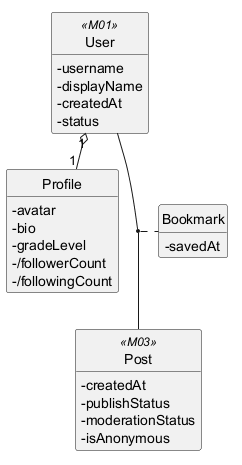
Earlier version of the PlantUML export .agents/.claude/system_analysis/output/data-model/ec/diagrams/EC-M02.png (ducsiukap/iShare). Its diagram source:
```plantuml
@startuml
!pragma layout smetana
hide circle
hide methods
skinparam classAttributeIconSize 0

class Profile {
  -avatar
  -bio
  -gradeLevel
  -/followerCount
  -/followingCount
}
class Bookmark {
  -savedAt
}
class User <<M01>> {
  -username
  -displayName
  -createdAt
  -status
}
class Post <<M03>> {
  -createdAt
  -publishStatus
  -moderationStatus
  -isAnonymous
}

(User, Post) .. Bookmark
User "1" o-- "1" Profile

@enduml
```
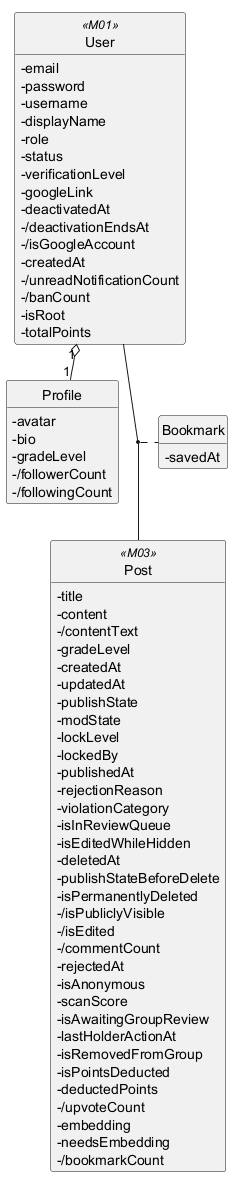
The same file after the commit.

Change to the diagram source:
```diff
@@ -15,16 +15,57 @@
   -savedAt
 }
 class User <<M01>> {
+  -email
+  -password
   -username
   -displayName
+  -role
+  -status
+  -verificationLevel
+  -googleLink
+  -deactivatedAt
+  -/deactivationEndsAt
+  -/isGoogleAccount
   -createdAt
-  -status
+  -/unreadNotificationCount
+  -/banCount
+  -isRoot
+  -totalPoints
 }
 class Post <<M03>> {
+  -title
+  -content
+  -/contentText
+  -gradeLevel
   -createdAt
-  -publishStatus
-  -moderationStatus
+  -updatedAt
+  -publishState
+  -modState
+  -lockLevel
+  -lockedBy
+  -publishedAt
+  -rejectionReason
+  -violationCategory
+  -isInReviewQueue
+  -isEditedWhileHidden
+  -deletedAt
+  -publishStateBeforeDelete
+  -isPermanentlyDeleted
+  -/isPubliclyVisible
+  -/isEdited
+  -/commentCount
+  -rejectedAt
   -isAnonymous
+  -scanScore
+  -isAwaitingGroupReview
+  -lastHolderActionAt
+  -isRemovedFromGroup
+  -isPointsDeducted
+  -deductedPoints
+  -/upvoteCount
+  -embedding
+  -needsEmbedding
+  -/bookmarkCount
 }
 
 (User, Post) .. Bookmark
```
